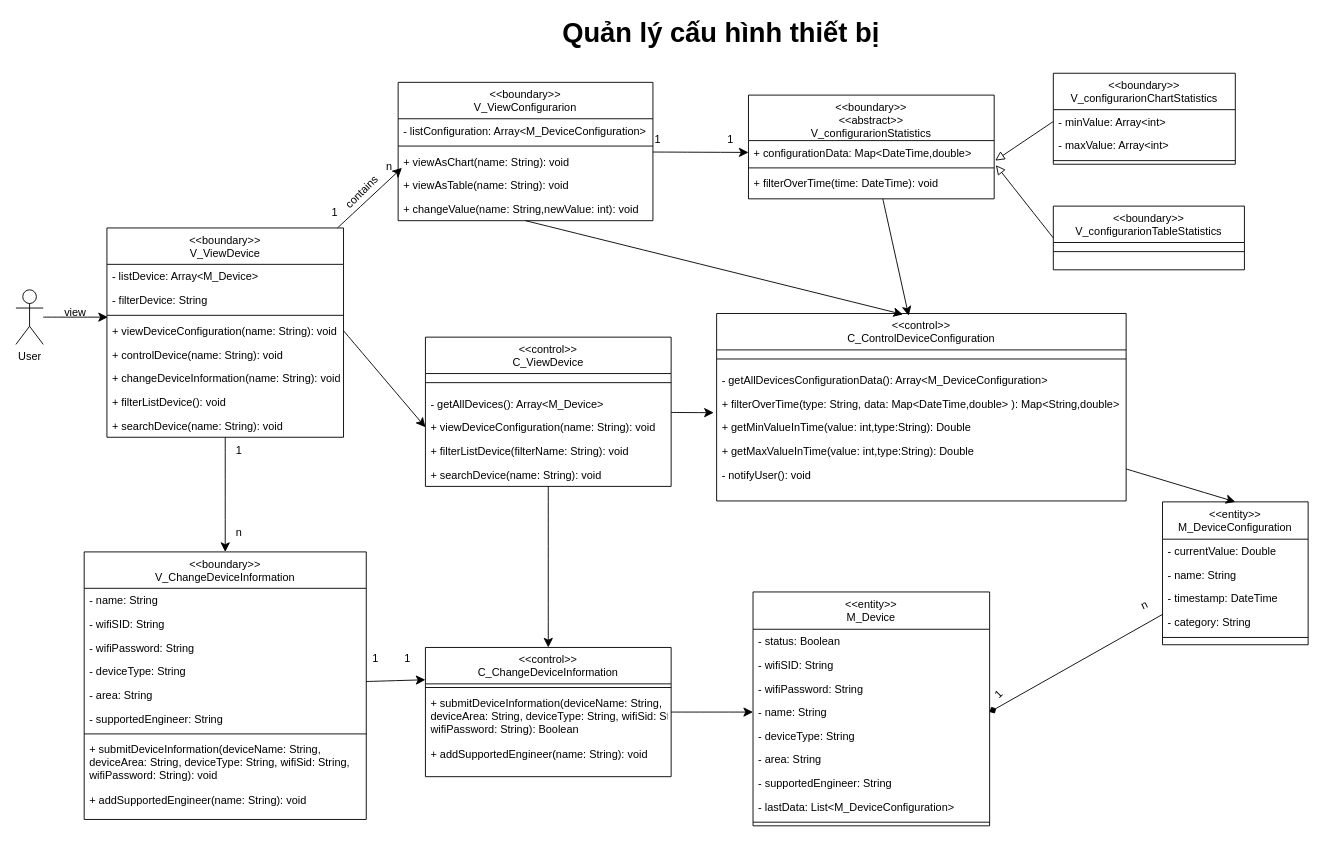
cuongceg/BTL-IT3120 keeps this draw.io diagram as Class diagram/device_configuration_management_class.drawio. Above is the earlier version. Source tidied: cells renumbered, new cells numbered last; positions are measured from the earlier drawing's top-left corner, leaving out a move shared by most shapes. Both pictures are drawn from the tidied source at 91%, with x=0, y=0 at pixel (15, 18).
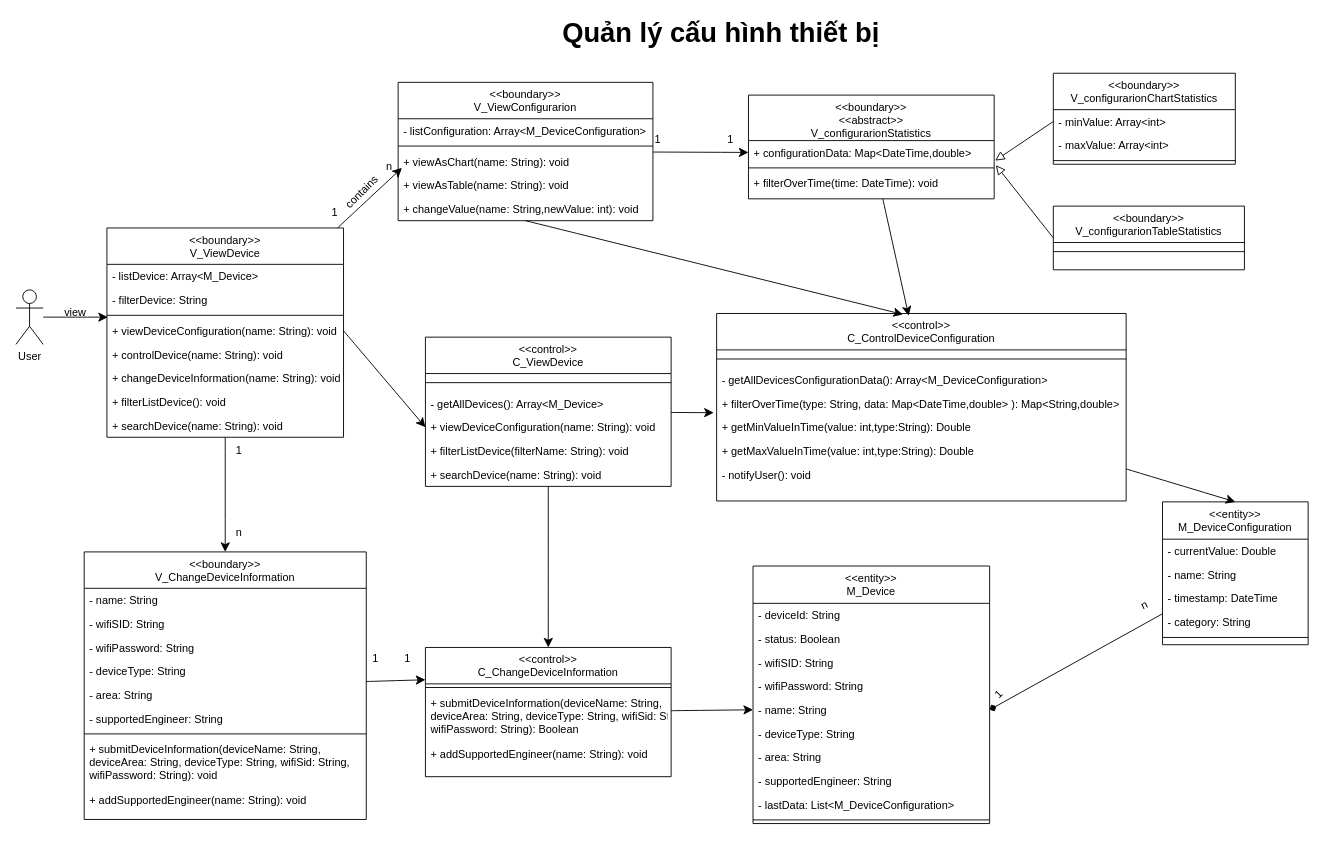
Above is the later version.

Commit message:
feat: add deviceId to device

Diff of the diagram source:
```diff
@@
     <mxCell id="28" value="&lt;&lt;entity&gt;&gt;&#10;M_Device" style="swimlane;fontStyle=0;align=center;verticalAlign=top;horizontal=1;startSize=41;rounded=0;shadow=0;strokeWidth=1;" parent="1" vertex="1">
-      <mxGeometry x="810" y="630" width="260" height="257" as="geometry" />
+      <mxGeometry x="810" y="601.5" width="260" height="283" as="geometry" />
     </mxCell>
+    <mxCell id="99" value="- deviceId: String" style="text;align=left;verticalAlign=top;spacingLeft=4;spacingRight=4;overflow=hidden;" parent="28" vertex="1">
+      <mxGeometry y="41" width="260" height="26" as="geometry" />
+    </mxCell>
     <mxCell id="29" value="- status: Boolean" style="text;align=left;verticalAlign=top;spacingLeft=4;spacingRight=4;overflow=hidden;" parent="28" vertex="1">
-      <mxGeometry y="41" width="260" height="26" as="geometry" />
+      <mxGeometry y="67" width="260" height="26" as="geometry" />
     </mxCell>
     <mxCell id="30" value="- wifiSID: String" style="text;align=left;verticalAlign=top;spacingLeft=4;spacingRight=4;overflow=hidden;" parent="28" vertex="1">
-      <mxGeometry y="67" width="260" height="26" as="geometry" />
+      <mxGeometry y="93" width="260" height="26" as="geometry" />
     </mxCell>
     <mxCell id="31" value="- wifiPassword: String" style="text;align=left;verticalAlign=top;spacingLeft=4;spacingRight=4;overflow=hidden;" parent="28" vertex="1">
-      <mxGeometry y="93" width="260" height="26" as="geometry" />
+      <mxGeometry y="119" width="260" height="26" as="geometry" />
     </mxCell>
     <mxCell id="32" value="- name: String" style="text;align=left;verticalAlign=top;spacingLeft=4;spacingRight=4;overflow=hidden;points=[[0,0.5],[1,0.5]];portConstraint=eastwest;rounded=0;shadow=0;html=0;" parent="28" vertex="1">
-      <mxGeometry y="119" width="260" height="26" as="geometry" />
+      <mxGeometry y="145" width="260" height="26" as="geometry" />
     </mxCell>
     <mxCell id="33" value="- deviceType: String" style="text;align=left;verticalAlign=top;spacingLeft=4;spacingRight=4;overflow=hidden;rounded=0;shadow=0;html=0;" parent="28" vertex="1">
-      <mxGeometry y="145" width="260" height="26" as="geometry" />
+      <mxGeometry y="171" width="260" height="26" as="geometry" />
     </mxCell>
     <mxCell id="34" value="- area: String" style="text;align=left;verticalAlign=top;spacingLeft=4;spacingRight=4;overflow=hidden;rounded=0;shadow=0;html=0;" parent="28" vertex="1">
-      <mxGeometry y="171" width="260" height="26" as="geometry" />
+      <mxGeometry y="197" width="260" height="26" as="geometry" />
     </mxCell>
     <mxCell id="35" value="- supportedEngineer: String" style="text;align=left;verticalAlign=top;spacingLeft=4;spacingRight=4;overflow=hidden;rounded=0;shadow=0;html=0;" parent="28" vertex="1">
-      <mxGeometry y="197" width="260" height="26" as="geometry" />
+      <mxGeometry y="223" width="260" height="26" as="geometry" />
     </mxCell>
     <mxCell id="36" value="- lastData: List&lt;M_DeviceConfiguration&gt;" style="text;align=left;verticalAlign=top;spacingLeft=4;spacingRight=4;overflow=hidden;rounded=0;shadow=0;html=0;" parent="28" vertex="1">
-      <mxGeometry y="223" width="260" height="26" as="geometry" />
+      <mxGeometry y="249" width="260" height="26" as="geometry" />
     </mxCell>
     <mxCell id="37" style="line;html=1;strokeWidth=1;align=left;verticalAlign=middle;spacingTop=-1;spacingLeft=3;spacingRight=3;labelPosition=right;" parent="28" vertex="1">
-      <mxGeometry y="249" width="260" height="8" as="geometry" />
+      <mxGeometry y="275" width="260" height="8" as="geometry" />
     </mxCell>
```
